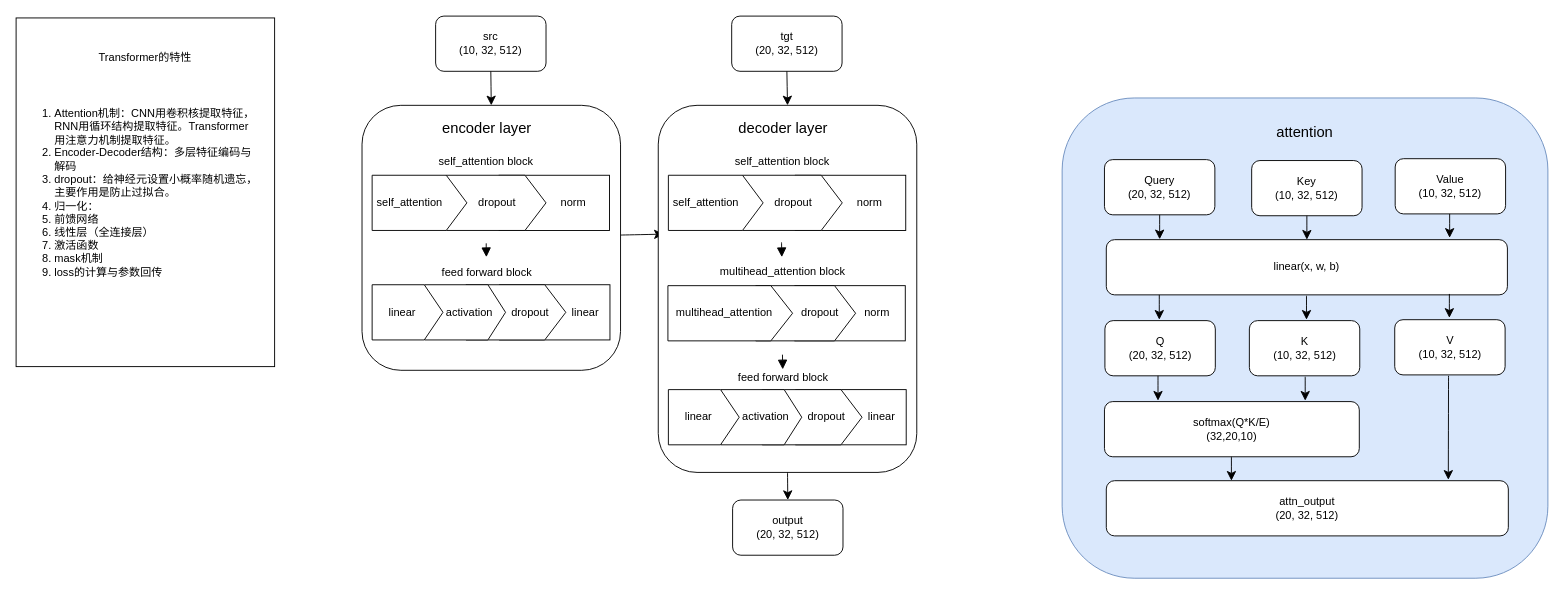
This is torch_trans1.drawio from wxxsusie/files, a draw.io file, before an edit. Source tidied: cells renumbered, new cells numbered last; positions are measured from the earlier drawing's top-left corner, leaving out a move shared by most shapes. Both pictures are drawn from the tidied source at 92%, with x=0, y=0 at pixel (16, 16).
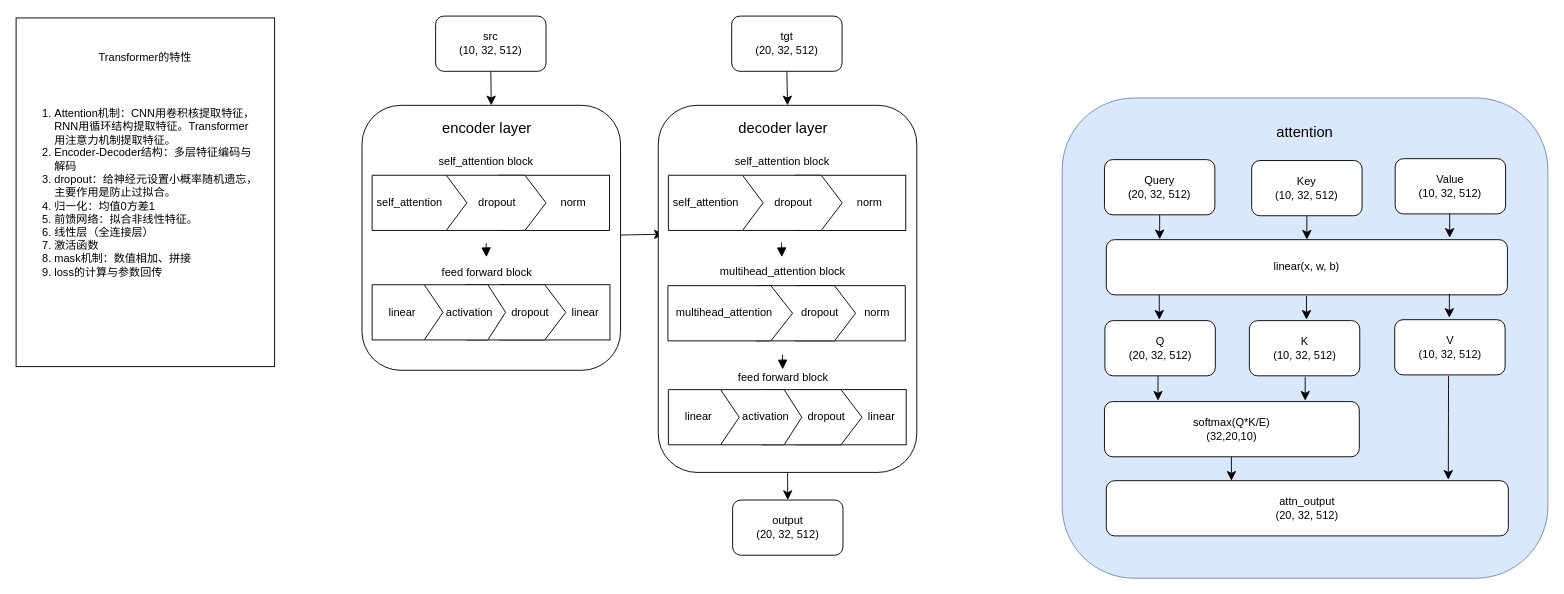
Above is the later version.

The edit, as a diff of the source:
```diff
@@
-    <mxCell id="76" value="&lt;ol&gt;&lt;li&gt;Attention机制：CNN用卷积核提取特征，RNN用循环结构提取特征。Transformer&lt;br&gt;用注意力机制提取特征。&lt;/li&gt;&lt;li&gt;Encoder-Decoder结构：多层特征编码与&lt;br&gt;解码&lt;/li&gt;&lt;li&gt;dropout：给神经元设置小概率随机遗忘，&lt;br&gt;主要作用是防止过拟合。&lt;/li&gt;&lt;li&gt;归一化：&lt;/li&gt;&lt;li&gt;前馈网络&lt;/li&gt;&lt;li&gt;线性层（全连接层）&lt;/li&gt;&lt;li&gt;激活函数&lt;/li&gt;&lt;li&gt;mask机制&lt;/li&gt;&lt;li&gt;loss的计算与参数回传&lt;/li&gt;&lt;/ol&gt;" style="rounded=0;whiteSpace=wrap;html=1;align=left;" parent="1" vertex="1">
+    <mxCell id="76" value="&lt;ol&gt;&lt;li&gt;Attention机制：CNN用卷积核提取特征，RNN用循环结构提取特征。Transformer&lt;br&gt;用注意力机制提取特征。&lt;/li&gt;&lt;li&gt;Encoder-Decoder结构：多层特征编码与&lt;br&gt;解码&lt;/li&gt;&lt;li&gt;dropout：给神经元设置小概率随机遗忘，&lt;br&gt;主要作用是防止过拟合。&lt;/li&gt;&lt;li&gt;归一化：均值0方差1&lt;/li&gt;&lt;li&gt;前馈网络：拟合非线性特征。&lt;/li&gt;&lt;li&gt;线性层（全连接层）&lt;/li&gt;&lt;li&gt;激活函数&lt;/li&gt;&lt;li&gt;mask机制：数值相加、拼接&lt;/li&gt;&lt;li&gt;loss的计算与参数回传&lt;/li&gt;&lt;/ol&gt;" style="rounded=0;whiteSpace=wrap;html=1;align=left;" parent="1" vertex="1">
       <mxGeometry y="2" width="281" height="379" as="geometry" />
     </mxCell>
```
